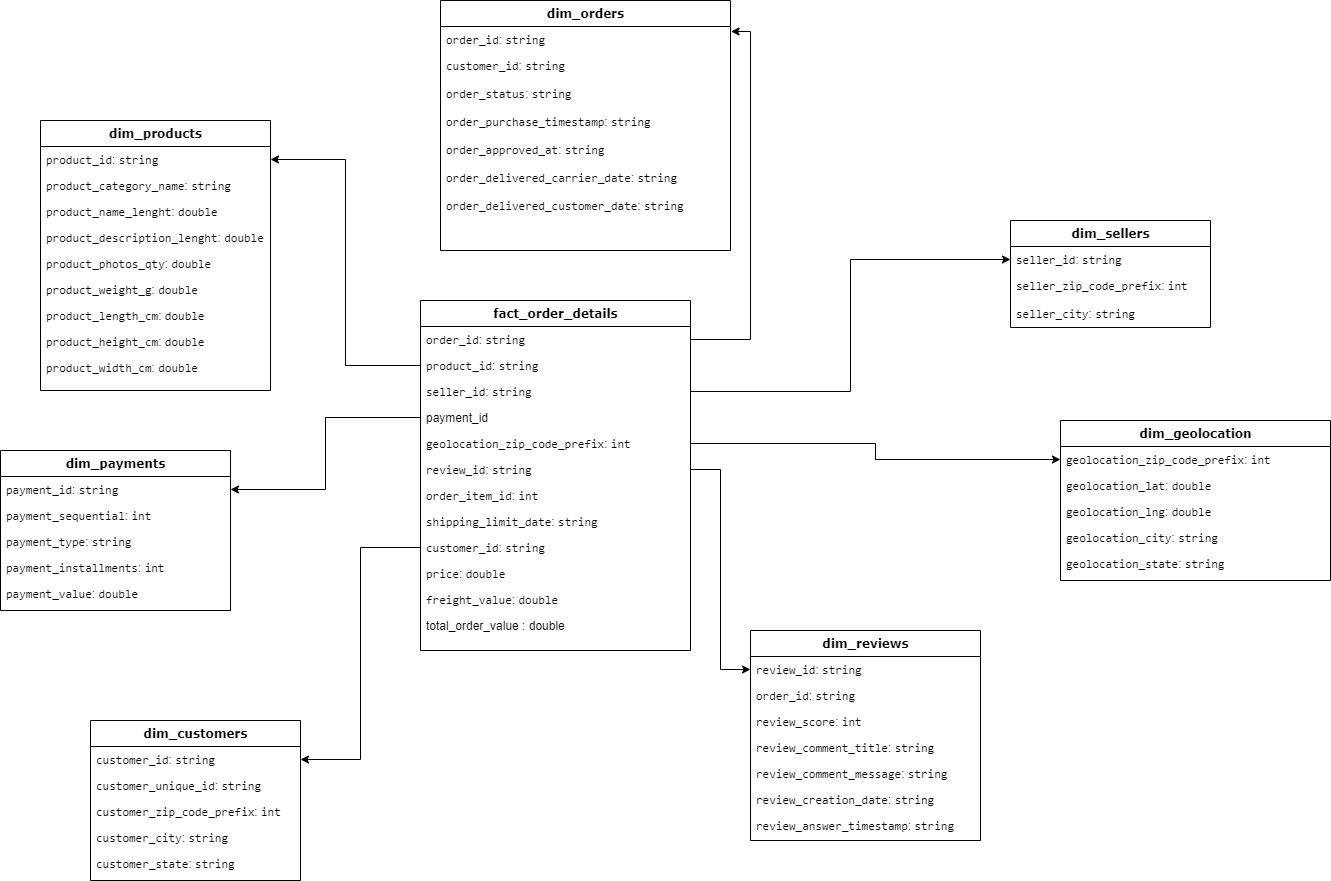
Before: StarSchema.png, a diagram exported from draw.io (d-Vegas/PipeLine-ETL-Vendas). Source tidied: cells renumbered, new cells last; positions are measured from the earlier drawing's top-left corner, leaving out a move shared by most shapes.
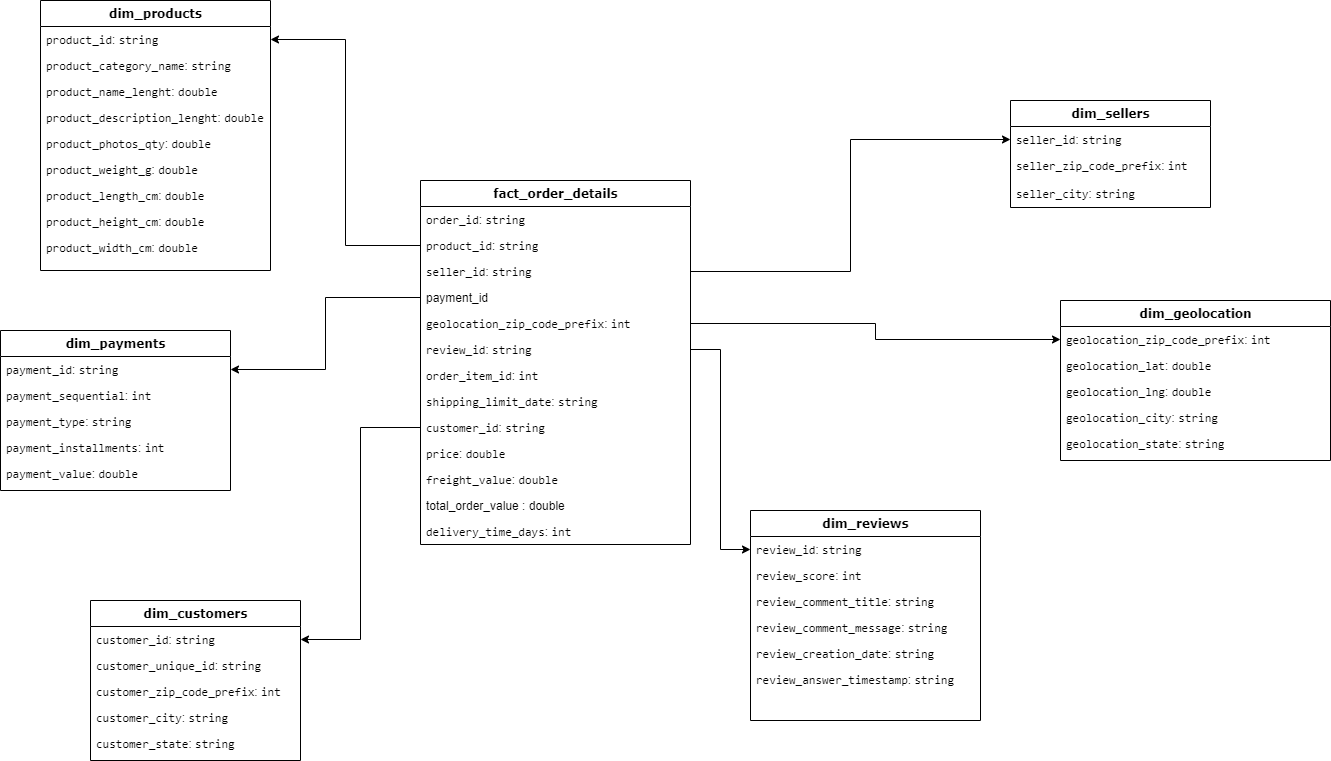
Above is the later version.

Commit message:
docs : att starschema

What changed in the source:
```diff
@@ -50,30 +50,6 @@
     <mxCell id="17" value="&lt;code&gt;customer_state&lt;/code&gt;: &lt;code&gt;string&lt;/code&gt;" style="text;html=1;strokeColor=none;fillColor=none;align=left;verticalAlign=top;spacingLeft=4;spacingRight=4;whiteSpace=wrap;overflow=hidden;" parent="12" vertex="1">
       <mxGeometry y="130" width="210" height="26" as="geometry" />
     </mxCell>
-    <mxCell id="18" value="dim_orders" style="swimlane;html=1;fontStyle=1;align=center;verticalAlign=top;horizontal=1;startSize=26;swimlaneFillColor=#ffffff;rounded=0;shadow=0;comic=0;labelBackgroundColor=none;strokeWidth=1;fillColor=none;fontFamily=Verdana;fontSize=12;" parent="1" vertex="1">
-      <mxGeometry x="440" width="290" height="250" as="geometry" />
-    </mxCell>
-    <mxCell id="19" value="&lt;code&gt;order_id&lt;/code&gt;: &lt;code&gt;string&lt;/code&gt;" style="text;html=1;strokeColor=none;fillColor=none;align=left;verticalAlign=top;spacingLeft=4;spacingRight=4;whiteSpace=wrap;overflow=hidden;points=[[0,0.5],[1,0.5]];portConstraint=eastwest;" parent="18" vertex="1">
-      <mxGeometry y="26" width="290" height="26" as="geometry" />
-    </mxCell>
-    <mxCell id="20" value="&lt;code&gt;customer_id&lt;/code&gt;: &lt;code&gt;string&lt;/code&gt;" style="text;html=1;strokeColor=none;fillColor=none;align=left;verticalAlign=top;spacingLeft=4;spacingRight=4;whiteSpace=wrap;overflow=hidden;" parent="18" vertex="1">
-      <mxGeometry y="52" width="290" height="28" as="geometry" />
-    </mxCell>
-    <mxCell id="21" value="&lt;code&gt;order_status&lt;/code&gt;: &lt;code&gt;string&lt;/code&gt;" style="text;html=1;strokeColor=none;fillColor=none;align=left;verticalAlign=top;spacingLeft=4;spacingRight=4;whiteSpace=wrap;overflow=hidden;" parent="18" vertex="1">
-      <mxGeometry y="80" width="290" height="28" as="geometry" />
-    </mxCell>
-    <mxCell id="22" value="&lt;code&gt;order_purchase_timestamp&lt;/code&gt;: &lt;code&gt;string&lt;/code&gt;" style="text;html=1;strokeColor=none;fillColor=none;align=left;verticalAlign=top;spacingLeft=4;spacingRight=4;whiteSpace=wrap;overflow=hidden;" parent="18" vertex="1">
-      <mxGeometry y="108" width="290" height="28" as="geometry" />
-    </mxCell>
-    <mxCell id="23" value="&lt;code&gt;order_approved_at&lt;/code&gt;: &lt;code&gt;string&lt;/code&gt;" style="text;html=1;strokeColor=none;fillColor=none;align=left;verticalAlign=top;spacingLeft=4;spacingRight=4;whiteSpace=wrap;overflow=hidden;" parent="18" vertex="1">
-      <mxGeometry y="136" width="290" height="28" as="geometry" />
-    </mxCell>
-    <mxCell id="24" value="&lt;code&gt;order_delivered_carrier_date&lt;/code&gt;: &lt;code&gt;string&lt;/code&gt;" style="text;html=1;strokeColor=none;fillColor=none;align=left;verticalAlign=top;spacingLeft=4;spacingRight=4;whiteSpace=wrap;overflow=hidden;" parent="18" vertex="1">
-      <mxGeometry y="164" width="290" height="28" as="geometry" />
-    </mxCell>
-    <mxCell id="25" value="&lt;code&gt;order_delivered_customer_date&lt;/code&gt;: &lt;code&gt;string&lt;/code&gt;" style="text;html=1;strokeColor=none;fillColor=none;align=left;verticalAlign=top;spacingLeft=4;spacingRight=4;whiteSpace=wrap;overflow=hidden;" parent="18" vertex="1">
-      <mxGeometry y="192" width="290" height="28" as="geometry" />
-    </mxCell>
     <mxCell id="26" value="dim_geolocation" style="swimlane;html=1;fontStyle=1;align=center;verticalAlign=top;horizontal=1;startSize=26;swimlaneFillColor=#ffffff;rounded=0;shadow=0;comic=0;labelBackgroundColor=none;strokeWidth=1;fillColor=none;fontFamily=Verdana;fontSize=12;" parent="1" vertex="1">
       <mxGeometry x="1060" y="420" width="270" height="160" as="geometry" />
     </mxCell>
@@ -105,7 +81,7 @@
       <mxGeometry y="80" width="200" height="26" as="geometry" />
     </mxCell>
     <mxCell id="36" value="fact_order_details" style="swimlane;html=1;fontStyle=1;align=center;verticalAlign=top;horizontal=1;startSize=26;swimlaneFillColor=#ffffff;rounded=0;shadow=0;comic=0;labelBackgroundColor=none;strokeWidth=1;fillColor=none;fontFamily=Verdana;fontSize=12;" parent="1" vertex="1">
-      <mxGeometry x="420" y="300" width="270" height="350" as="geometry" />
+      <mxGeometry x="420" y="300" width="270" height="364" as="geometry" />
     </mxCell>
     <mxCell id="37" value="&lt;code&gt;order_id&lt;/code&gt;: &lt;code&gt;string&lt;/code&gt;" style="text;html=1;strokeColor=none;fillColor=none;align=left;verticalAlign=top;spacingLeft=4;spacingRight=4;whiteSpace=wrap;overflow=hidden;points=[[0,0.5],[1,0.5]];portConstraint=eastwest;" parent="36" vertex="1">
       <mxGeometry y="26" width="270" height="26" as="geometry" />
@@ -143,6 +119,9 @@
     <mxCell id="48" value="total_order_value : double" style="text;html=1;strokeColor=none;fillColor=none;align=left;verticalAlign=top;spacingLeft=4;spacingRight=4;whiteSpace=wrap;overflow=hidden;" parent="36" vertex="1">
       <mxGeometry y="312" width="270" height="26" as="geometry" />
     </mxCell>
+    <mxCell id="70" value="&lt;code&gt;delivery_time_days&lt;/code&gt;: &lt;code&gt;int&lt;/code&gt;" style="text;html=1;strokeColor=none;fillColor=none;align=left;verticalAlign=top;spacingLeft=4;spacingRight=4;whiteSpace=wrap;overflow=hidden;" parent="36" vertex="1">
+      <mxGeometry y="338" width="270" height="26" as="geometry" />
+    </mxCell>
     <mxCell id="49" value="dim_payments" style="swimlane;html=1;fontStyle=1;align=center;verticalAlign=top;horizontal=1;startSize=26;swimlaneFillColor=#ffffff;rounded=0;shadow=0;comic=0;labelBackgroundColor=none;strokeWidth=1;fillColor=none;fontFamily=Verdana;fontSize=12;" parent="1" vertex="1">
       <mxGeometry y="450" width="230" height="160" as="geometry" />
     </mxCell>
@@ -167,23 +146,20 @@
     <mxCell id="56" value="&lt;code&gt;review_id&lt;/code&gt;: &lt;code&gt;string&lt;/code&gt;" style="text;html=1;strokeColor=none;fillColor=none;align=left;verticalAlign=top;spacingLeft=4;spacingRight=4;whiteSpace=wrap;overflow=hidden;points=[[0,0.5],[1,0.5]];portConstraint=eastwest;" parent="55" vertex="1">
       <mxGeometry y="26" width="230" height="26" as="geometry" />
     </mxCell>
-    <mxCell id="57" value="&lt;code&gt;order_id&lt;/code&gt;: &lt;code&gt;string&lt;/code&gt;" style="text;html=1;strokeColor=none;fillColor=none;align=left;verticalAlign=top;spacingLeft=4;spacingRight=4;whiteSpace=wrap;overflow=hidden;" parent="55" vertex="1">
-      <mxGeometry y="52" width="230" height="26" as="geometry" />
-    </mxCell>
     <mxCell id="58" value="&lt;code&gt;review_score&lt;/code&gt;: &lt;code&gt;int&lt;/code&gt;" style="text;html=1;strokeColor=none;fillColor=none;align=left;verticalAlign=top;spacingLeft=4;spacingRight=4;whiteSpace=wrap;overflow=hidden;" parent="55" vertex="1">
-      <mxGeometry y="78" width="230" height="26" as="geometry" />
+      <mxGeometry y="52" width="230" height="26" as="geometry" />
     </mxCell>
     <mxCell id="59" value="&lt;code&gt;review_comment_title&lt;/code&gt;: &lt;code&gt;string&lt;/code&gt;" style="text;html=1;strokeColor=none;fillColor=none;align=left;verticalAlign=top;spacingLeft=4;spacingRight=4;whiteSpace=wrap;overflow=hidden;" parent="55" vertex="1">
-      <mxGeometry y="104" width="230" height="26" as="geometry" />
+      <mxGeometry y="78" width="230" height="26" as="geometry" />
     </mxCell>
     <mxCell id="60" value="&lt;code&gt;review_comment_message&lt;/code&gt;: &lt;code&gt;string&lt;/code&gt;" style="text;html=1;strokeColor=none;fillColor=none;align=left;verticalAlign=top;spacingLeft=4;spacingRight=4;whiteSpace=wrap;overflow=hidden;" parent="55" vertex="1">
-      <mxGeometry y="130" width="230" height="26" as="geometry" />
+      <mxGeometry y="104" width="230" height="26" as="geometry" />
     </mxCell>
     <mxCell id="61" value="&lt;code&gt;review_creation_date&lt;/code&gt;: &lt;code&gt;string&lt;/code&gt;" style="text;html=1;strokeColor=none;fillColor=none;align=left;verticalAlign=top;spacingLeft=4;spacingRight=4;whiteSpace=wrap;overflow=hidden;" parent="55" vertex="1">
-      <mxGeometry y="156" width="230" height="26" as="geometry" />
+      <mxGeometry y="130" width="230" height="26" as="geometry" />
     </mxCell>
     <mxCell id="62" value="&lt;code&gt;review_answer_timestamp&lt;/code&gt;: &lt;code&gt;string&lt;/code&gt;" style="text;html=1;strokeColor=none;fillColor=none;align=left;verticalAlign=top;spacingLeft=4;spacingRight=4;whiteSpace=wrap;overflow=hidden;" parent="55" vertex="1">
-      <mxGeometry y="182" width="230" height="26" as="geometry" />
+      <mxGeometry y="156" width="230" height="26" as="geometry" />
     </mxCell>
     <mxCell id="63" style="edgeStyle=orthogonalEdgeStyle;rounded=0;jettySize=auto;html=1;entryX=0;entryY=0.5;entryDx=0;entryDy=0;" parent="1" edge="1" source="39" target="33">
       <mxGeometry relative="1" as="geometry" />
@@ -203,8 +179,5 @@
     <mxCell id="68" style="edgeStyle=orthogonalEdgeStyle;rounded=0;jettySize=auto;html=1;entryX=0;entryY=0.5;entryDx=0;entryDy=0;" parent="1" edge="1" source="41" target="27">
       <mxGeometry relative="1" as="geometry" />
     </mxCell>
-    <mxCell id="69" style="edgeStyle=orthogonalEdgeStyle;rounded=0;jettySize=auto;html=1;entryX=1.002;entryY=0.192;entryDx=0;entryDy=0;entryPerimeter=0;" parent="1" edge="1" source="37" target="19">
-      <mxGeometry relative="1" as="geometry" />
-    </mxCell>
   </root>
 </mxGraphModel>
```
